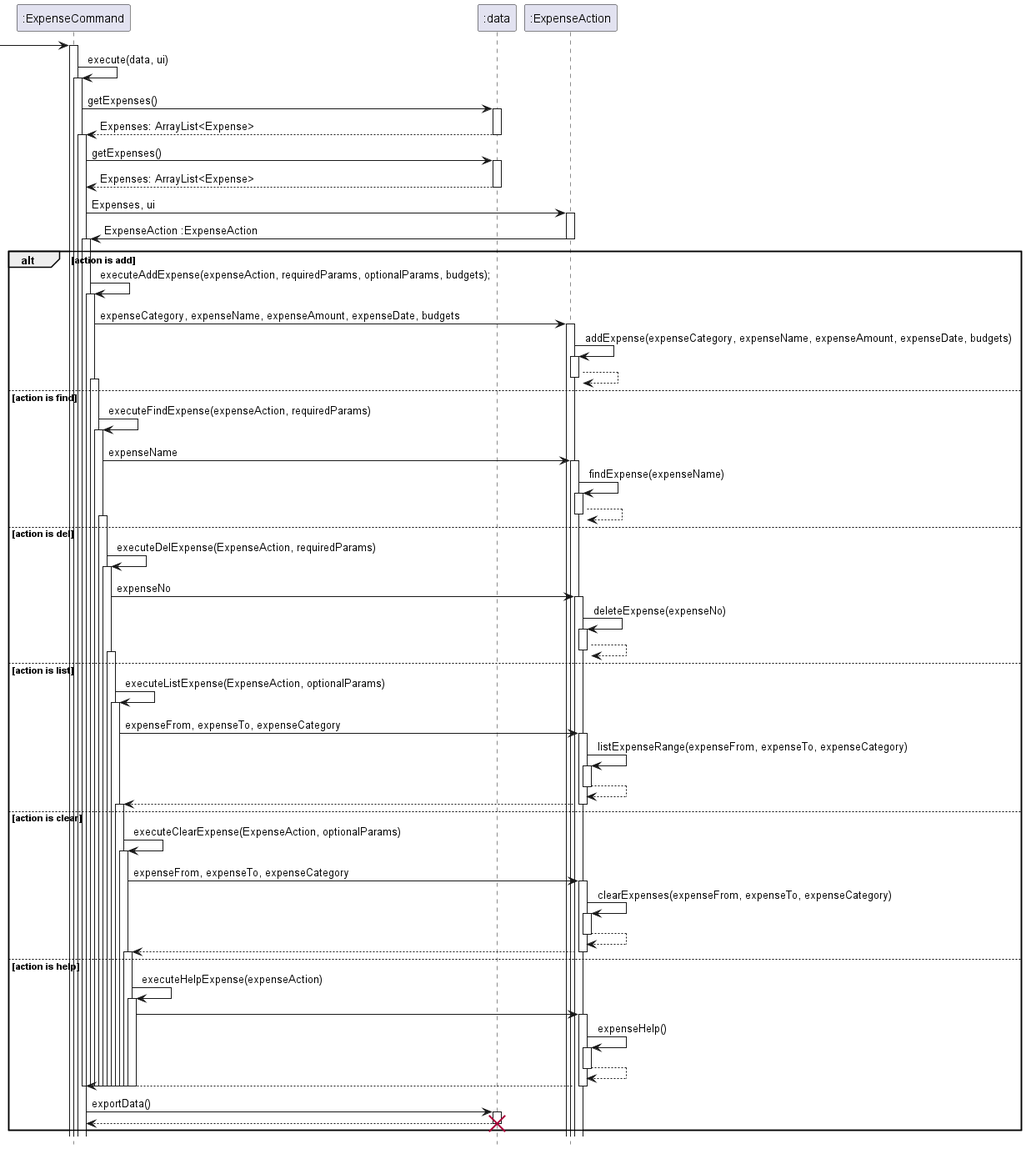
This is docs/images/ExpenseCommandSequence.png from stephenkyang/tp, a PlantUML export, as it was before one commit.
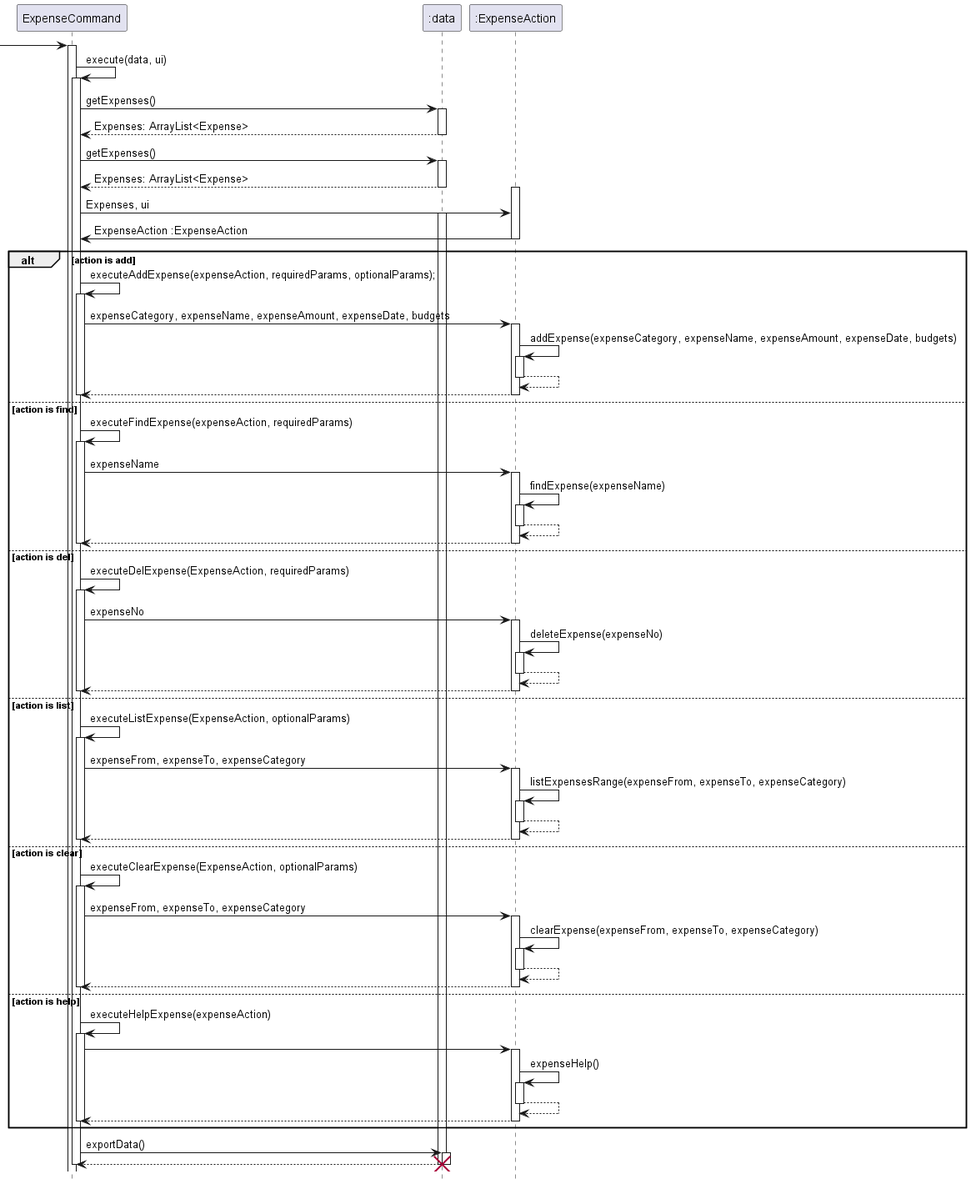
After the commit.

Commit message:
updated ExpenseCommandSequence diagram

What changed in the source:
```diff
@@ -2,91 +2,102 @@
 
 hide footbox
 
- -> ":ExpenseCommand":
+ -> ExpenseCommand:
 
-activate ":ExpenseCommand"
-":ExpenseCommand" -> ":ExpenseCommand": execute(data, ui)
-activate  ":ExpenseCommand"
-":ExpenseCommand" -> ":data": getExpenses()
+activate ExpenseCommand
+ExpenseCommand -> ExpenseCommand: execute(data, ui)
+activate  ExpenseCommand
+ExpenseCommand -> ":data": getExpenses()
+
 activate ":data"
 return Expenses: ArrayList<Expense>
 deactivate ":data"
 
-activate  ":ExpenseCommand"
-":ExpenseCommand" -> ":data": getExpenses()
+ExpenseCommand -> ":data": getExpenses()
+
 activate ":data"
 return Expenses: ArrayList<Expense>
 
 
-
-":ExpenseCommand" -> ":ExpenseAction" : Expenses, ui
 activate ":ExpenseAction"
-":ExpenseAction" -> ":ExpenseCommand" : ExpenseAction :ExpenseAction
+ExpenseCommand -> ":ExpenseAction" : Expenses, ui
+activate ":data"
+":ExpenseAction" -> ExpenseCommand : ExpenseAction :ExpenseAction
 deactivate ":ExpenseAction"
 
 
 alt action is add
-activate  ":ExpenseCommand"
-":ExpenseCommand" -> ":ExpenseCommand": executeAddExpense(expenseAction, requiredParams, optionalParams, budgets);
-activate ":ExpenseCommand"
-
-":ExpenseCommand" -> ":ExpenseAction" : expenseCategory, expenseName, expenseAmount, expenseDate, budgets
+ExpenseCommand -> ExpenseCommand: executeAddExpense(expenseAction, requiredParams, optionalParams);
+activate ExpenseCommand
+ExpenseCommand -> ":ExpenseAction" : expenseCategory, expenseName, expenseAmount, expenseDate, budgets
 activate ":ExpenseAction"
 ":ExpenseAction" -> ":ExpenseAction" : addExpense(expenseCategory, expenseName, expenseAmount, expenseDate, budgets)
 activate ":ExpenseAction"
+
 return
+return
+
+deactivate ExpenseCommand
 
 
 else action is find
-activate  ":ExpenseCommand"
-":ExpenseCommand" -> ":ExpenseCommand": executeFindExpense(expenseAction, requiredParams)
-activate ":ExpenseCommand"
-":ExpenseCommand" -> ":ExpenseAction" : expenseName
+ExpenseCommand -> ExpenseCommand: executeFindExpense(expenseAction, requiredParams)
+
+activate ExpenseCommand
+ExpenseCommand -> ":ExpenseAction" : expenseName
 activate ":ExpenseAction"
 ":ExpenseAction" -> ":ExpenseAction" : findExpense(expenseName)
 activate ":ExpenseAction"
+
 return
+return
+
+deactivate ExpenseCommand
 
 
 else action is del
-activate  ":ExpenseCommand"
-":ExpenseCommand" -> ":ExpenseCommand": executeDelExpense(ExpenseAction, requiredParams)
-activate ":ExpenseCommand"
-":ExpenseCommand" -> ":ExpenseAction" : expenseNo
+ExpenseCommand -> ExpenseCommand: executeDelExpense(ExpenseAction, requiredParams)
+activate ExpenseCommand
+ExpenseCommand -> ":ExpenseAction" : expenseNo
 activate ":ExpenseAction"
 ":ExpenseAction" -> ":ExpenseAction" : deleteExpense(expenseNo)
 activate ":ExpenseAction"
+
+return
 return
 
+deactivate ExpenseCommand
+
 else action is list
-activate  ":ExpenseCommand"
-":ExpenseCommand" -> ":ExpenseCommand": executeListExpense(ExpenseAction, optionalParams)
-activate ":ExpenseCommand"
-":ExpenseCommand" -> ":ExpenseAction" : expenseFrom, expenseTo, expenseCategory
+
+ExpenseCommand -> ExpenseCommand: executeListExpense(ExpenseAction, optionalParams)
+activate ExpenseCommand
+ExpenseCommand -> ":ExpenseAction" : expenseFrom, expenseTo, expenseCategory
 activate ":ExpenseAction"
-":ExpenseAction" -> ":ExpenseAction" : listExpenseRange(expenseFrom, expenseTo, expenseCategory)
+":ExpenseAction" -> ":ExpenseAction" : listExpensesRange(expenseFrom, expenseTo, expenseCategory)
+activate ":ExpenseAction"
+
+return
+return
+
+deactivate ExpenseCommand
+
+else action is clear
+ExpenseCommand -> ExpenseCommand: executeClearExpense(ExpenseAction, optionalParams)
+activate ExpenseCommand
+ExpenseCommand -> ":ExpenseAction" : expenseFrom, expenseTo, expenseCategory
+activate ":ExpenseAction"
+":ExpenseAction" -> ":ExpenseAction" : clearExpense(expenseFrom, expenseTo, expenseCategory)
 activate ":ExpenseAction"
 return
 return
 
-
-else action is clear
-activate  ":ExpenseCommand"
-":ExpenseCommand" -> ":ExpenseCommand": executeClearExpense(ExpenseAction, optionalParams)
-activate ":ExpenseCommand"
-":ExpenseCommand" -> ":ExpenseAction" : expenseFrom, expenseTo, expenseCategory
-activate ":ExpenseAction"
-":ExpenseAction" -> ":ExpenseAction" : clearExpenses(expenseFrom, expenseTo, expenseCategory)
-activate ":ExpenseAction"
-return
-return
-
+deactivate ExpenseCommand
 
 else action is help
-activate  ":ExpenseCommand"
-":ExpenseCommand" -> ":ExpenseCommand": executeHelpExpense(expenseAction)
-activate ":ExpenseCommand"
-":ExpenseCommand" -> ":ExpenseAction"
+ExpenseCommand -> ExpenseCommand: executeHelpExpense(expenseAction)
+activate ExpenseCommand
+ExpenseCommand -> ":ExpenseAction"
 activate ":ExpenseAction"
 ":ExpenseAction" -> ":ExpenseAction" : expenseHelp()
 activate ":ExpenseAction"
@@ -94,29 +105,21 @@
 return
 
 
-deactivate ":ExpenseCommand"
-deactivate ":ExpenseCommand"
-deactivate ":ExpenseCommand"
-deactivate ":ExpenseCommand"
-deactivate ":ExpenseCommand"
-deactivate ":ExpenseCommand"
-deactivate ":ExpenseCommand"
-deactivate ":ExpenseCommand"
-deactivate ":ExpenseCommand"
-deactivate ":ExpenseCommand"
-deactivate ":ExpenseCommand"
-deactivate ":ExpenseCommand"
+deactivate ExpenseCommand
 
 
-":ExpenseCommand" -> ":data": exportData()
+
+end
+ExpenseCommand -> ":data": exportData()
 activate ":data"
 return
 
 deactivate ":data"
 destroy ":data"
 
+deactivate ":data"
+deactivate ExpenseCommand
 
-end
 
 
 
```
